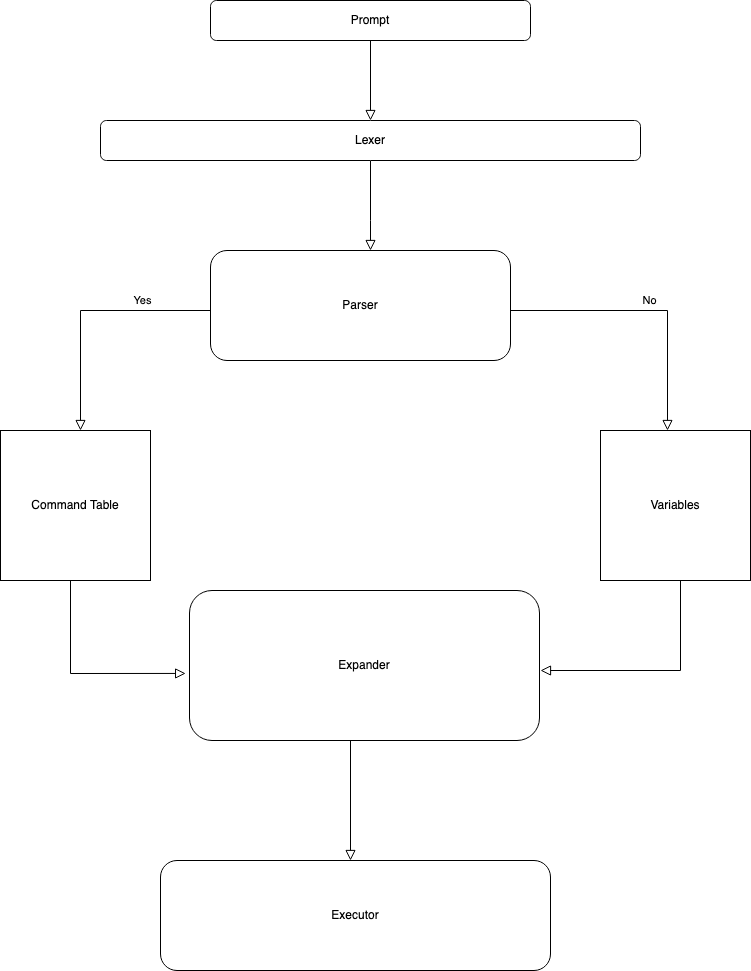
Davokadoh/Minishell keeps this draw.io diagram as Diagramme Minishell.drawio.png. Above is the earlier version. Source tidied: cells renumbered, new cells last; positions are measured from the earlier drawing's top-left corner, leaving out a move shared by most shapes.
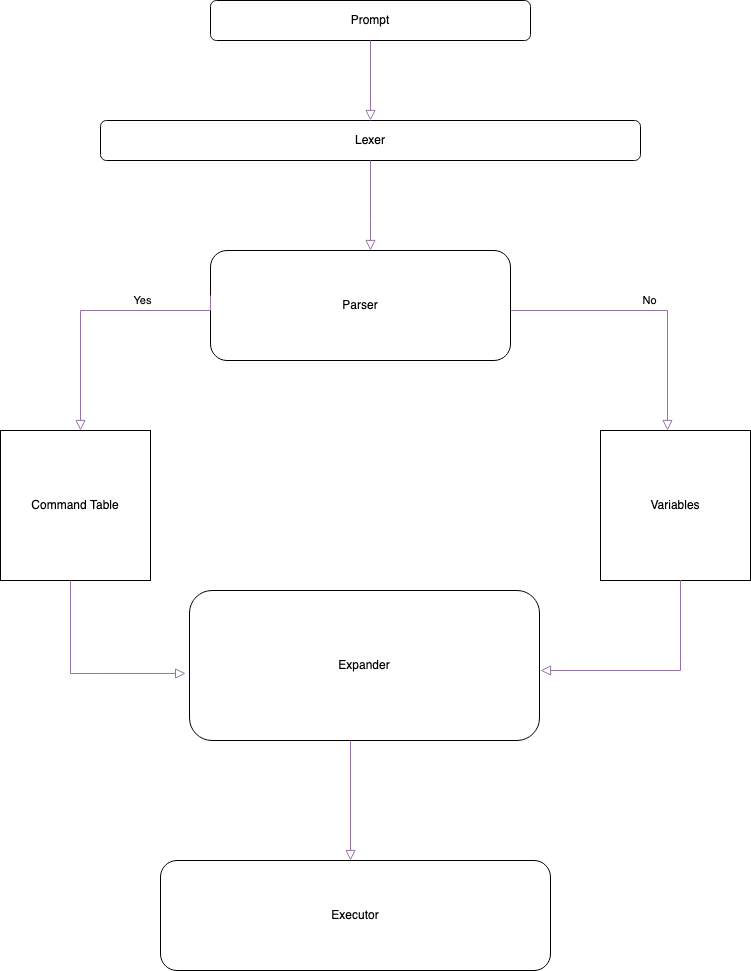
Later version of the same file.

Commit message:
Mettre à jour Diagramme Minishell.drawio.png

Change to the diagram source:
```diff
@@ -2,7 +2,7 @@
   <root>
     <mxCell id="0" />
     <mxCell id="1" parent="0" />
-    <mxCell id="2" style="rounded=0;html=1;jettySize=auto;fontSize=11;endArrow=block;endFill=0;endSize=8;strokeWidth=1;shadow=0;labelBackgroundColor=none;edgeStyle=orthogonalEdgeStyle;" parent="1" edge="1" source="3">
+    <mxCell id="2" style="rounded=0;html=1;jettySize=auto;fontSize=11;endArrow=block;endFill=0;endSize=8;strokeWidth=1;shadow=0;labelBackgroundColor=none;edgeStyle=orthogonalEdgeStyle;fillColor=#e1d5e7;strokeColor=#9673a6;" parent="1" edge="1" source="3">
       <mxGeometry relative="1" as="geometry">
         <mxPoint x="370" y="250" as="targetPoint" />
         <Array as="points">
@@ -14,7 +14,7 @@
     <mxCell id="3" value="Lexer" style="rounded=1;whiteSpace=wrap;html=1;fontSize=12;glass=0;strokeWidth=1;shadow=0;" parent="1" vertex="1">
       <mxGeometry x="100" y="120" width="540" height="40" as="geometry" />
     </mxCell>
-    <mxCell id="4" value="No" style="edgeStyle=orthogonalEdgeStyle;rounded=0;html=1;jettySize=auto;orthogonalLoop=1;fontSize=11;endArrow=block;endFill=0;endSize=8;strokeWidth=1;shadow=0;labelBackgroundColor=none;" parent="1" edge="1">
+    <mxCell id="4" value="No" style="edgeStyle=orthogonalEdgeStyle;rounded=0;html=1;jettySize=auto;orthogonalLoop=1;fontSize=11;endArrow=block;endFill=0;endSize=8;strokeWidth=1;shadow=0;labelBackgroundColor=none;fillColor=#e1d5e7;strokeColor=#9673a6;" parent="1" edge="1">
       <mxGeometry y="10" relative="1" as="geometry">
         <mxPoint x="510" y="310" as="sourcePoint" />
         <mxPoint x="667" y="430" as="targetPoint" />
@@ -26,7 +26,7 @@
     <mxCell id="6" value="Parser" style="rounded=1;whiteSpace=wrap;html=1;" parent="1" vertex="1">
       <mxGeometry x="210" y="250" width="300" height="110" as="geometry" />
     </mxCell>
-    <mxCell id="7" value="Yes" style="edgeStyle=orthogonalEdgeStyle;rounded=0;html=1;jettySize=auto;orthogonalLoop=1;fontSize=11;endArrow=block;endFill=0;endSize=8;strokeWidth=1;shadow=0;labelBackgroundColor=none;" parent="1" edge="1">
+    <mxCell id="7" value="Yes" style="edgeStyle=orthogonalEdgeStyle;rounded=0;html=1;jettySize=auto;orthogonalLoop=1;fontSize=11;endArrow=block;endFill=0;endSize=8;strokeWidth=1;shadow=0;labelBackgroundColor=none;fillColor=#e1d5e7;strokeColor=#9673a6;" parent="1" edge="1">
       <mxGeometry x="-0.38" y="-10" relative="1" as="geometry">
         <mxPoint x="210" y="295" as="sourcePoint" />
         <mxPoint x="80" y="430" as="targetPoint" />
@@ -37,7 +37,7 @@
         </Array>
       </mxGeometry>
     </mxCell>
-    <mxCell id="8" style="rounded=0;html=1;jettySize=auto;fontSize=11;endArrow=block;endFill=0;endSize=8;strokeWidth=1;shadow=0;labelBackgroundColor=none;edgeStyle=orthogonalEdgeStyle;exitX=0.5;exitY=1;exitDx=0;exitDy=0;entryX=0.5;entryY=0;entryDx=0;entryDy=0;" parent="1" edge="1" source="5" target="3">
+    <mxCell id="8" style="rounded=0;html=1;jettySize=auto;fontSize=11;endArrow=block;endFill=0;endSize=8;strokeWidth=1;shadow=0;labelBackgroundColor=none;edgeStyle=orthogonalEdgeStyle;exitX=0.5;exitY=1;exitDx=0;exitDy=0;entryX=0.5;entryY=0;entryDx=0;entryDy=0;fillColor=#e1d5e7;strokeColor=#9673a6;" parent="1" edge="1" source="5" target="3">
       <mxGeometry relative="1" as="geometry" />
     </mxCell>
     <mxCell id="9" value="Command Table" style="whiteSpace=wrap;html=1;" parent="1" vertex="1">
@@ -49,7 +49,7 @@
     <mxCell id="11" value="Expander" style="rounded=1;whiteSpace=wrap;html=1;" parent="1" vertex="1">
       <mxGeometry x="189" y="590" width="350" height="150" as="geometry" />
     </mxCell>
-    <mxCell id="12" style="rounded=0;html=1;jettySize=auto;fontSize=11;endArrow=block;endFill=0;endSize=8;strokeWidth=1;shadow=0;labelBackgroundColor=none;edgeStyle=orthogonalEdgeStyle;entryX=-0.011;entryY=0.553;entryDx=0;entryDy=0;entryPerimeter=0;" parent="1" edge="1" target="11">
+    <mxCell id="12" style="rounded=0;html=1;jettySize=auto;fontSize=11;endArrow=block;endFill=0;endSize=8;strokeWidth=1;shadow=0;labelBackgroundColor=none;edgeStyle=orthogonalEdgeStyle;entryX=-0.011;entryY=0.553;entryDx=0;entryDy=0;entryPerimeter=0;fillColor=#e1d5e7;strokeColor=#9673a6;" parent="1" edge="1" target="11">
       <mxGeometry relative="1" as="geometry">
         <mxPoint x="70" y="580" as="sourcePoint" />
         <Array as="points">
@@ -57,7 +57,7 @@
         </Array>
       </mxGeometry>
     </mxCell>
-    <mxCell id="13" style="rounded=0;html=1;jettySize=auto;orthogonalLoop=1;fontSize=11;endArrow=block;endFill=0;endSize=8;strokeWidth=1;shadow=0;labelBackgroundColor=none;edgeStyle=orthogonalEdgeStyle;" parent="1" edge="1">
+    <mxCell id="13" style="rounded=0;html=1;jettySize=auto;orthogonalLoop=1;fontSize=11;endArrow=block;endFill=0;endSize=8;strokeWidth=1;shadow=0;labelBackgroundColor=none;edgeStyle=orthogonalEdgeStyle;fillColor=#e1d5e7;strokeColor=#9673a6;" parent="1" edge="1">
       <mxGeometry relative="1" as="geometry">
         <mxPoint x="680" y="590" as="sourcePoint" />
         <mxPoint x="540" y="670" as="targetPoint" />
@@ -67,7 +67,7 @@
         </Array>
       </mxGeometry>
     </mxCell>
-    <mxCell id="14" style="rounded=0;html=1;jettySize=auto;orthogonalLoop=1;fontSize=11;endArrow=block;endFill=0;endSize=8;strokeWidth=1;shadow=0;labelBackgroundColor=none;edgeStyle=orthogonalEdgeStyle;" parent="1" edge="1">
+    <mxCell id="14" style="rounded=0;html=1;jettySize=auto;orthogonalLoop=1;fontSize=11;endArrow=block;endFill=0;endSize=8;strokeWidth=1;shadow=0;labelBackgroundColor=none;edgeStyle=orthogonalEdgeStyle;fillColor=#e1d5e7;strokeColor=#9673a6;" parent="1" edge="1">
       <mxGeometry relative="1" as="geometry">
         <mxPoint x="350" y="740" as="sourcePoint" />
         <mxPoint x="350" y="860" as="targetPoint" />
```
